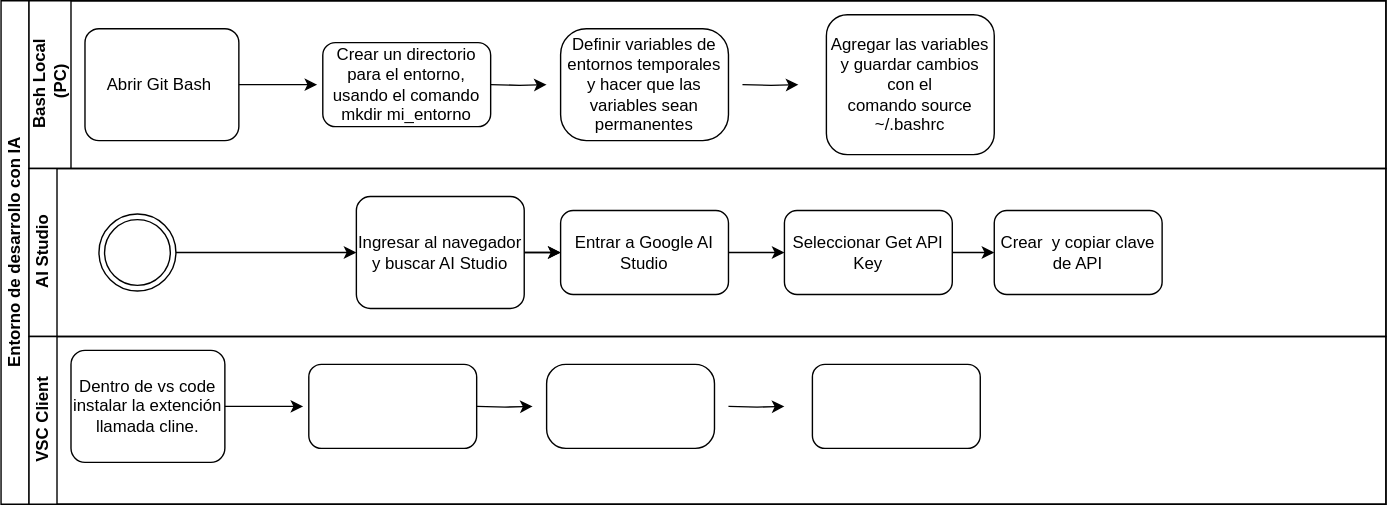
Before: systems_analysis/eva2/crear-env-vars-gitbash-windows.drawio.svg, a diagram exported from draw.io (cdvelop/aiep). Source tidied: cells renumbered, new cells last; positions are measured from the earlier drawing's top-left corner, leaving out a move shared by most shapes.
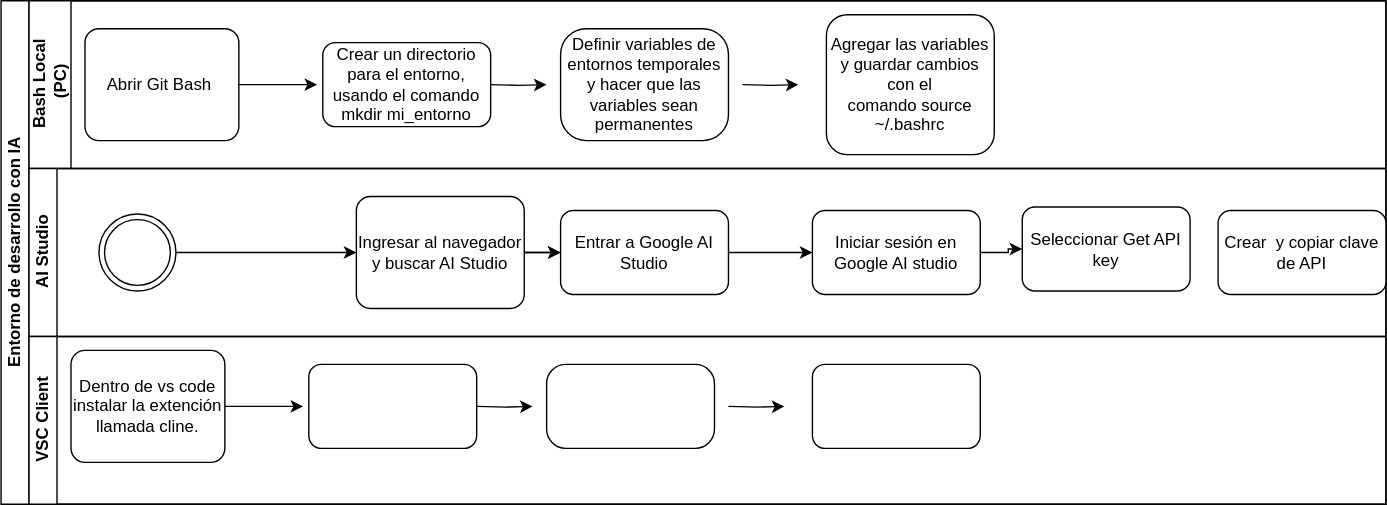
After the change.

What changed in the source:
```diff
@@ -41,11 +41,11 @@
     <mxCell id="14" style="edgeStyle=orthogonalEdgeStyle;rounded=0;jettySize=auto;html=1;" parent="8" edge="1" source="15" target="16">
       <mxGeometry relative="1" as="geometry" />
     </mxCell>
-    <mxCell id="15" value="Seleccionar Get API Key" style="rounded=1;whiteSpace=wrap;html=1;" parent="8" vertex="1">
-      <mxGeometry x="540" y="30" width="120" height="60" as="geometry" />
+    <mxCell id="15" value="Iniciar sesión en Google AI studio" style="rounded=1;whiteSpace=wrap;html=1;" parent="8" vertex="1">
+      <mxGeometry x="560" y="30" width="120" height="60" as="geometry" />
     </mxCell>
-    <mxCell id="16" value="Crear&amp;nbsp; y copiar clave de API" style="rounded=1;whiteSpace=wrap;html=1;" parent="8" vertex="1">
-      <mxGeometry x="690" y="30" width="120" height="60" as="geometry" />
+    <mxCell id="16" value="Seleccionar Get API key" style="rounded=1;whiteSpace=wrap;html=1;" parent="8" vertex="1">
+      <mxGeometry x="710" y="27.5" width="120" height="60" as="geometry" />
     </mxCell>
     <mxCell id="17" style="edgeStyle=orthogonalEdgeStyle;rounded=0;jettySize=auto;html=1;entryX=0;entryY=0.5;entryDx=0;entryDy=0;entryPerimeter=0;" parent="8" edge="1" source="18" target="11">
       <mxGeometry relative="1" as="geometry" />
@@ -53,6 +53,9 @@
     <mxCell id="18" style="ellipse;shape=doubleEllipse;whiteSpace=wrap;html=1;" parent="8" vertex="1">
       <mxGeometry x="50" y="32.5" width="55" height="55" as="geometry" />
     </mxCell>
+    <mxCell id="30" value="Crear&amp;nbsp; y copiar clave de API" style="rounded=1;whiteSpace=wrap;html=1;" parent="8" vertex="1">
+      <mxGeometry x="850" y="30" width="120" height="60" as="geometry" />
+    </mxCell>
     <mxCell id="19" value="VSC Client" style="swimlane;html=1;startSize=20;horizontal=0;" parent="2" vertex="1">
       <mxGeometry x="20" y="240" width="970" height="120" as="geometry" />
     </mxCell>
```
